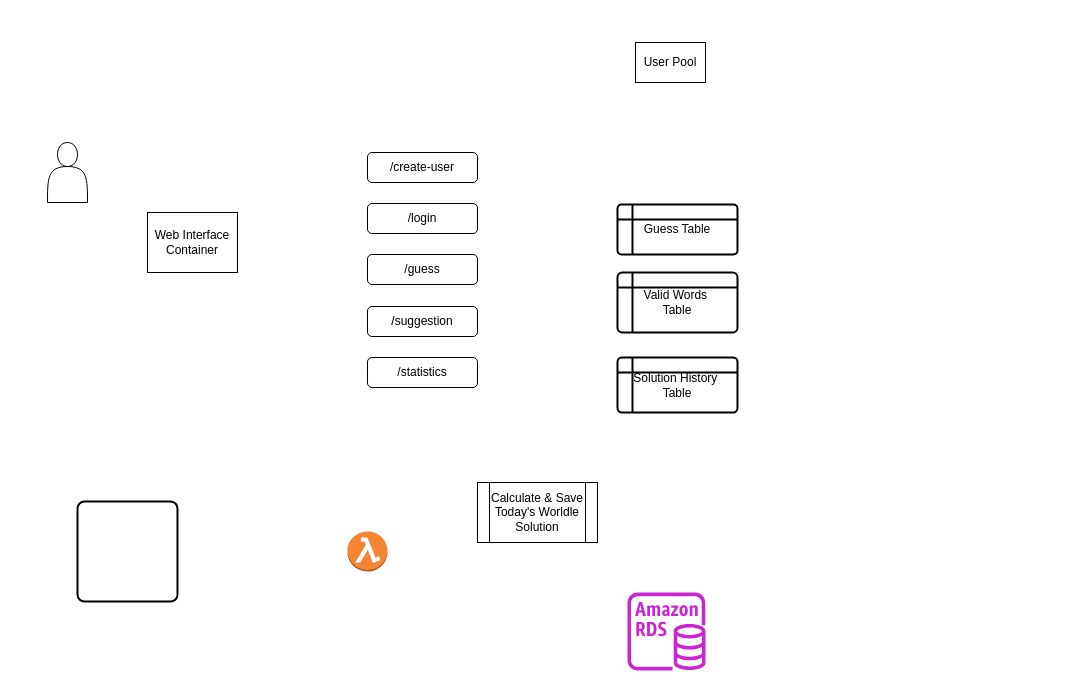
Before: page "Page-1" (2 of 2) of Untitled Diagram.drawio in BriceBuilder/worldle-assistant, a draw.io diagram. Source tidied: cells renumbered, new cells numbered last; positions are measured from the earlier drawing's top-left corner, leaving out a move shared by most shapes. Both pictures are drawn from the tidied source at 100%, with x=0, y=0 at pixel (47, 42). Pictures stored in the file or linked from it are replaced by grey dashed boxes.
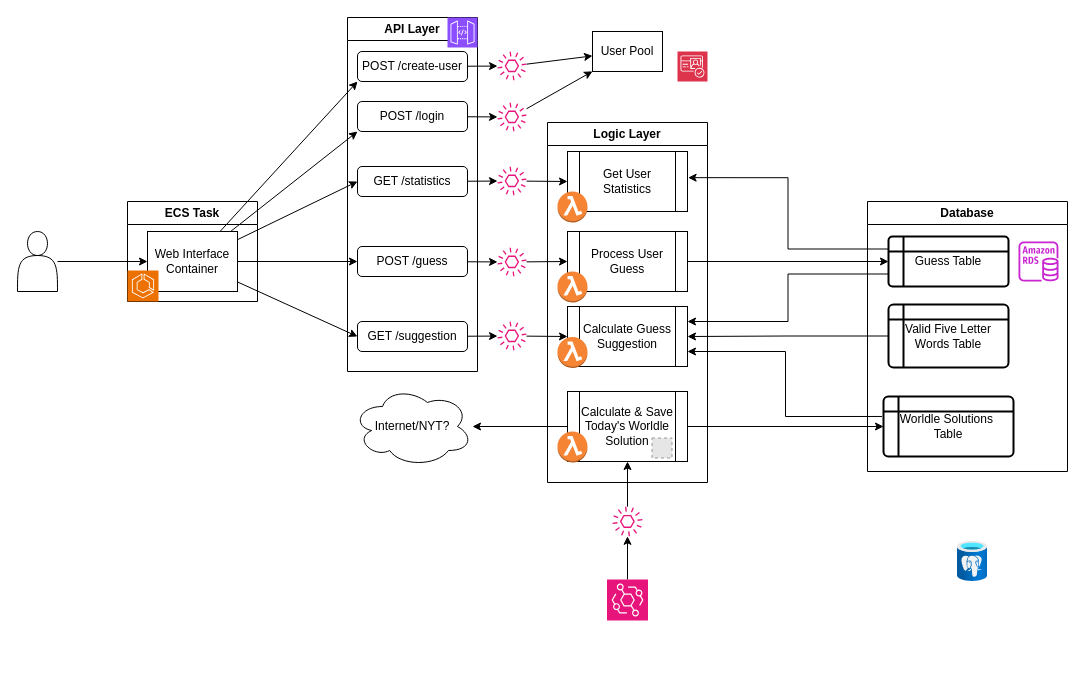
The same page after the edit.

The edit, as a diff of the source:
```diff
@@
+    <mxCell id="17" style="edgeStyle=none;rounded=0;jettySize=auto;html=1;" parent="1" edge="1" source="2" target="3">
+      <mxGeometry relative="1" as="geometry" />
+    </mxCell>
     <mxCell id="2" style="shape=actor;whiteSpace=wrap;html=1;" parent="1" vertex="1">
-      <mxGeometry y="100" width="40" height="60" as="geometry" />
+      <mxGeometry x="-30" y="189" width="40" height="60" as="geometry" />
     </mxCell>
     <mxCell id="3" value="Web Interface Container" style="rounded=0;whiteSpace=wrap;html=1;" parent="1" vertex="1">
-      <mxGeometry x="100" y="170" width="90" height="60" as="geometry" />
+      <mxGeometry x="100" y="189" width="90" height="60" as="geometry" />
     </mxCell>
+    <mxCell id="18" style="edgeStyle=orthogonalEdgeStyle;rounded=0;jettySize=auto;html=1;entryX=1;entryY=0.25;entryDx=0;entryDy=0;exitX=0;exitY=0.75;exitDx=0;exitDy=0;" parent="1" edge="1" source="4" target="29">
+      <mxGeometry relative="1" as="geometry" />
+    </mxCell>
     <mxCell id="4" value="Guess Table" style="shape=internalStorage;whiteSpace=wrap;html=1;dx=15;dy=15;rounded=1;arcSize=8;strokeWidth=2;" parent="1" vertex="1">
-      <mxGeometry x="570" y="162" width="120" height="50" as="geometry" />
+      <mxGeometry x="841" y="194" width="120" height="50" as="geometry" />
     </mxCell>
-    <mxCell id="5" style="rounded=1;whiteSpace=wrap;html=1;absoluteArcSize=1;arcSize=14;strokeWidth=2;" parent="1" vertex="1">
-      <mxGeometry x="30" y="459" width="100" height="100" as="geometry" />
-    </mxCell>
+    <mxCell id="19" style="edgeStyle=none;rounded=0;jettySize=auto;html=1;" parent="1" edge="1" source="6" target="52">
+      <mxGeometry relative="1" as="geometry" />
+    </mxCell>
-    <mxCell id="6" value="/create-user" style="rounded=1;whiteSpace=wrap;html=1;" parent="1" vertex="1">
-      <mxGeometry x="320" y="110" width="110" height="30" as="geometry" />
+    <mxCell id="6" value="POST /create-user" style="rounded=1;whiteSpace=wrap;html=1;" parent="1" vertex="1">
+      <mxGeometry x="310" y="9" width="110" height="30" as="geometry" />
     </mxCell>
+    <mxCell id="20" style="edgeStyle=none;rounded=0;jettySize=auto;html=1;" parent="1" edge="1" source="7" target="50">
+      <mxGeometry relative="1" as="geometry" />
+    </mxCell>
-    <mxCell id="7" value="/login" style="rounded=1;whiteSpace=wrap;html=1;" parent="1" vertex="1">
-      <mxGeometry x="320" y="161" width="110" height="30" as="geometry" />
+    <mxCell id="7" value="POST /login" style="rounded=1;whiteSpace=wrap;html=1;" parent="1" vertex="1">
+      <mxGeometry x="310" y="59" width="110" height="30" as="geometry" />
     </mxCell>
+    <mxCell id="21" style="edgeStyle=none;rounded=0;jettySize=auto;html=1;" parent="1" edge="1" source="8" target="35">
+      <mxGeometry relative="1" as="geometry" />
+    </mxCell>
-    <mxCell id="8" value="/guess" style="rounded=1;whiteSpace=wrap;html=1;" parent="1" vertex="1">
-      <mxGeometry x="320" y="212" width="110" height="30" as="geometry" />
+    <mxCell id="8" value="POST /guess" style="rounded=1;whiteSpace=wrap;html=1;" parent="1" vertex="1">
+      <mxGeometry x="310" y="204" width="110" height="30" as="geometry" />
     </mxCell>
+    <mxCell id="22" style="edgeStyle=none;rounded=0;jettySize=auto;html=1;" parent="1" edge="1" source="9" target="46">
+      <mxGeometry relative="1" as="geometry" />
+    </mxCell>
-    <mxCell id="9" value="/suggestion" style="rounded=1;whiteSpace=wrap;html=1;" parent="1" vertex="1">
-      <mxGeometry x="320" y="264" width="110" height="30" as="geometry" />
+    <mxCell id="9" value="GET /suggestion" style="rounded=1;whiteSpace=wrap;html=1;" parent="1" vertex="1">
+      <mxGeometry x="310" y="279" width="110" height="30" as="geometry" />
     </mxCell>
+    <mxCell id="23" style="edgeStyle=none;rounded=0;jettySize=auto;html=1;" parent="1" edge="1" source="10" target="48">
+      <mxGeometry relative="1" as="geometry" />
+    </mxCell>
-    <mxCell id="10" value="/statistics" style="rounded=1;whiteSpace=wrap;html=1;" parent="1" vertex="1">
-      <mxGeometry x="320" y="315" width="110" height="30" as="geometry" />
+    <mxCell id="10" value="GET /statistics" style="rounded=1;whiteSpace=wrap;html=1;" parent="1" vertex="1">
+      <mxGeometry x="310" y="124" width="110" height="30" as="geometry" />
     </mxCell>
+    <mxCell id="24" style="edgeStyle=orthogonalEdgeStyle;rounded=0;jettySize=auto;html=1;entryX=1;entryY=0.5;entryDx=0;entryDy=0;" parent="1" edge="1" source="11" target="29">
+      <mxGeometry relative="1" as="geometry" />
+    </mxCell>
+    <mxCell id="12" value="User Pool" style="rounded=0;whiteSpace=wrap;html=1;" parent="1" vertex="1">
+      <mxGeometry x="545" y="-11" width="70" height="40" as="geometry" />
+    </mxCell>
+    <mxCell id="25" style="edgeStyle=orthogonalEdgeStyle;rounded=0;jettySize=auto;html=1;entryX=1;entryY=0.75;entryDx=0;entryDy=0;exitX=-0.012;exitY=0.333;exitDx=0;exitDy=0;exitPerimeter=0;" parent="1" edge="1" source="13" target="29">
+      <mxGeometry relative="1" as="geometry" />
+    </mxCell>
+    <mxCell id="26" style="edgeStyle=orthogonalEdgeStyle;rounded=0;jettySize=auto;html=1;entryX=0;entryY=0.5;entryDx=0;entryDy=0;" parent="1" edge="1" source="16" target="13">
+      <mxGeometry relative="1" as="geometry" />
+    </mxCell>
+    <mxCell id="27" style="edgeStyle=orthogonalEdgeStyle;rounded=0;jettySize=auto;html=1;" parent="1" edge="1" source="16" target="33">
+      <mxGeometry relative="1" as="geometry" />
+    </mxCell>
+    <mxCell id="16" value="Calculate &amp;amp; Save Today's Worldle Solution" style="shape=process;whiteSpace=wrap;html=1;backgroundOutline=1;" parent="1" vertex="1">
+      <mxGeometry x="520" y="349" width="120" height="70" as="geometry" />
+    </mxCell>
+    <mxCell id="28" value="Get User Statistics" style="shape=process;whiteSpace=wrap;html=1;backgroundOutline=1;" parent="1" vertex="1">
+      <mxGeometry x="520" y="109" width="120" height="60" as="geometry" />
+    </mxCell>
+    <mxCell id="29" value="Calculate Guess Suggestion" style="shape=process;whiteSpace=wrap;html=1;backgroundOutline=1;" parent="1" vertex="1">
+      <mxGeometry x="520" y="264" width="120" height="60" as="geometry" />
+    </mxCell>
+    <mxCell id="30" style="edgeStyle=orthogonalEdgeStyle;rounded=0;jettySize=auto;html=1;entryX=0;entryY=0.5;entryDx=0;entryDy=0;" parent="1" edge="1" source="31" target="4">
+      <mxGeometry relative="1" as="geometry" />
+    </mxCell>
+    <mxCell id="31" value="Process User Guess" style="shape=process;whiteSpace=wrap;html=1;backgroundOutline=1;" parent="1" vertex="1">
+      <mxGeometry x="520" y="189" width="120" height="60" as="geometry" />
+    </mxCell>
+    <mxCell id="32" style="fillColor=#E6E6E6;strokeColor=#999999;dashed=1;html=1;verticalAlign=top;verticalLabelPosition=bottom;labelBackgroundColor=#ffffff;" parent="1" vertex="1">
+      <mxGeometry x="604.5" y="395.5" width="20" height="20" as="geometry" />
+    </mxCell>
+    <mxCell id="33" value="Internet/NYT?" style="ellipse;shape=cloud;whiteSpace=wrap;html=1;" parent="1" vertex="1">
+      <mxGeometry x="305" y="344" width="120" height="80" as="geometry" />
+    </mxCell>
+    <mxCell id="34" style="edgeStyle=none;rounded=0;jettySize=auto;html=1;entryX=0;entryY=0.5;entryDx=0;entryDy=0;" parent="1" edge="1" source="35" target="31">
+      <mxGeometry relative="1" as="geometry" />
+    </mxCell>
+    <mxCell id="35" style="sketch=0;outlineConnect=0;fontColor=#232F3E;gradientColor=none;fillColor=#E7157B;strokeColor=none;dashed=0;verticalLabelPosition=bottom;verticalAlign=top;align=center;html=1;fontSize=12;fontStyle=0;shape=mxgraph.aws4.event;" parent="1" vertex="1">
+      <mxGeometry x="450" y="205" width="29" height="29" as="geometry" />
+    </mxCell>
+    <mxCell id="36" style="edgeStyle=orthogonalEdgeStyle;rounded=0;jettySize=auto;html=1;entryX=1.005;entryY=0.436;entryDx=0;entryDy=0;entryPerimeter=0;exitX=0;exitY=0.25;exitDx=0;exitDy=0;" parent="1" edge="1" source="4" target="28">
+      <mxGeometry relative="1" as="geometry" />
+    </mxCell>
+    <mxCell id="14" style="dashed=0;verticalLabelPosition=bottom;verticalAlign=top;align=center;html=1;shape=mxgraph.aws3.lambda_function;fillColor=#F58534;gradientColor=none;" parent="1" vertex="1">
+      <mxGeometry x="510" y="389" width="30" height="31" as="geometry" />
+    </mxCell>
+    <mxCell id="37" style="dashed=0;verticalLabelPosition=bottom;verticalAlign=top;align=center;html=1;shape=mxgraph.aws3.lambda_function;fillColor=#F58534;gradientColor=none;" parent="1" vertex="1">
+      <mxGeometry x="510" y="294.5" width="30" height="31" as="geometry" />
+    </mxCell>
+    <mxCell id="38" style="dashed=0;verticalLabelPosition=bottom;verticalAlign=top;align=center;html=1;shape=mxgraph.aws3.lambda_function;fillColor=#F58534;gradientColor=none;" parent="1" vertex="1">
+      <mxGeometry x="510" y="229" width="30" height="31" as="geometry" />
+    </mxCell>
+    <mxCell id="39" style="dashed=0;verticalLabelPosition=bottom;verticalAlign=top;align=center;html=1;shape=mxgraph.aws3.lambda_function;fillColor=#F58534;gradientColor=none;" parent="1" vertex="1">
+      <mxGeometry x="510" y="149" width="30" height="31" as="geometry" />
+    </mxCell>
+    <mxCell id="40" style="sketch=0;fontColor=#232F3E;fillColor=#DD344C;strokeColor=#ffffff;dashed=0;verticalLabelPosition=bottom;verticalAlign=top;align=center;html=1;fontSize=12;fontStyle=0;shape=mxgraph.aws4.resourceIcon;resIcon=mxgraph.aws4.cognito;" parent="1" vertex="1">
+      <mxGeometry x="630" y="9" width="30" height="30" as="geometry" />
+    </mxCell>
+    <mxCell id="41" style="edgeStyle=orthogonalEdgeStyle;rounded=0;jettySize=auto;html=1;" parent="1" edge="1" source="42" target="44">
+      <mxGeometry relative="1" as="geometry" />
+    </mxCell>
+    <mxCell id="42" style="sketch=0;points=[[0,0,0],[0.25,0,0],[0.5,0,0],[0.75,0,0],[1,0,0],[0,1,0],[0.25,1,0],[0.5,1,0],[0.75,1,0],[1,1,0],[0,0.25,0],[0,0.5,0],[0,0.75,0],[1,0.25,0],[1,0.5,0],[1,0.75,0]];outlineConnect=0;fontColor=#232F3E;fillColor=#E7157B;strokeColor=#ffffff;dashed=0;verticalLabelPosition=bottom;verticalAlign=top;align=center;html=1;fontSize=12;fontStyle=0;shape=mxgraph.aws4.resourceIcon;resIcon=mxgraph.aws4.eventbridge;" parent="1" vertex="1">
+      <mxGeometry x="559.5" y="537" width="41" height="41" as="geometry" />
+    </mxCell>
+    <mxCell id="43" style="edgeStyle=orthogonalEdgeStyle;rounded=0;jettySize=auto;html=1;entryX=0.5;entryY=1;entryDx=0;entryDy=0;" parent="1" edge="1" source="44" target="16">
+      <mxGeometry relative="1" as="geometry" />
+    </mxCell>
+    <mxCell id="44" style="sketch=0;outlineConnect=0;fontColor=#232F3E;gradientColor=none;fillColor=#E7157B;strokeColor=none;dashed=0;verticalLabelPosition=bottom;verticalAlign=top;align=center;html=1;fontSize=12;fontStyle=0;shape=mxgraph.aws4.event;" parent="1" vertex="1">
+      <mxGeometry x="565" y="464" width="30" height="30" as="geometry" />
+    </mxCell>
+    <mxCell id="45" style="edgeStyle=none;rounded=0;jettySize=auto;html=1;entryX=0;entryY=0.5;entryDx=0;entryDy=0;" parent="1" edge="1" source="46" target="29">
+      <mxGeometry relative="1" as="geometry" />
+    </mxCell>
+    <mxCell id="46" style="sketch=0;outlineConnect=0;fontColor=#232F3E;gradientColor=none;fillColor=#E7157B;strokeColor=none;dashed=0;verticalLabelPosition=bottom;verticalAlign=top;align=center;html=1;fontSize=12;fontStyle=0;shape=mxgraph.aws4.event;" parent="1" vertex="1">
+      <mxGeometry x="450" y="279" width="29" height="29" as="geometry" />
+    </mxCell>
+    <mxCell id="47" style="edgeStyle=none;rounded=0;jettySize=auto;html=1;entryX=0;entryY=0.5;entryDx=0;entryDy=0;" parent="1" edge="1" source="48" target="28">
+      <mxGeometry relative="1" as="geometry" />
+    </mxCell>
+    <mxCell id="48" style="sketch=0;outlineConnect=0;fontColor=#232F3E;gradientColor=none;fillColor=#E7157B;strokeColor=none;dashed=0;verticalLabelPosition=bottom;verticalAlign=top;align=center;html=1;fontSize=12;fontStyle=0;shape=mxgraph.aws4.event;" parent="1" vertex="1">
+      <mxGeometry x="450" y="124" width="29" height="29" as="geometry" />
+    </mxCell>
+    <mxCell id="49" style="edgeStyle=none;rounded=0;jettySize=auto;html=1;" parent="1" edge="1" source="50" target="12">
+      <mxGeometry relative="1" as="geometry" />
+    </mxCell>
+    <mxCell id="50" style="sketch=0;outlineConnect=0;fontColor=#232F3E;gradientColor=none;fillColor=#E7157B;strokeColor=none;dashed=0;verticalLabelPosition=bottom;verticalAlign=top;align=center;html=1;fontSize=12;fontStyle=0;shape=mxgraph.aws4.event;" parent="1" vertex="1">
+      <mxGeometry x="450" y="60" width="29" height="29" as="geometry" />
+    </mxCell>
+    <mxCell id="51" style="edgeStyle=none;rounded=0;jettySize=auto;html=1;" parent="1" edge="1" source="52" target="12">
+      <mxGeometry relative="1" as="geometry" />
+    </mxCell>
+    <mxCell id="52" style="sketch=0;outlineConnect=0;fontColor=#232F3E;gradientColor=none;fillColor=#E7157B;strokeColor=none;dashed=0;verticalLabelPosition=bottom;verticalAlign=top;align=center;html=1;fontSize=12;fontStyle=0;shape=mxgraph.aws4.event;" parent="1" vertex="1">
+      <mxGeometry x="450" y="9" width="29" height="29" as="geometry" />
+    </mxCell>
+    <mxCell id="53" style="image;html=1;align=center;fontSize=12;image=img/lib/azure2/databases/Azure_Database_PostgreSQL_Server.svg;" parent="1" vertex="1">
+      <mxGeometry x="910" y="499" width="30" height="40" as="geometry" />
+    </mxCell>
+    <mxCell id="54" value="API Layer" style="swimlane;whiteSpace=wrap;html=1;" parent="1" vertex="1">
+      <mxGeometry x="300" y="-25" width="130" height="354" as="geometry" />
+    </mxCell>
+    <mxCell id="55" style="sketch=0;fontColor=#232F3E;fillColor=#8C4FFF;strokeColor=#ffffff;dashed=0;verticalLabelPosition=bottom;verticalAlign=top;align=center;html=1;fontSize=12;fontStyle=0;shape=mxgraph.aws4.resourceIcon;resIcon=mxgraph.aws4.api_gateway;" parent="54" vertex="1">
+      <mxGeometry x="100" width="30" height="30" as="geometry" />
+    </mxCell>
+    <mxCell id="56" value="Database" style="swimlane;whiteSpace=wrap;html=1;" parent="1" vertex="1">
+      <mxGeometry x="820" y="159" width="200" height="270" as="geometry" />
+    </mxCell>
+    <mxCell id="15" style="sketch=0;fontColor=#232F3E;gradientColor=none;fillColor=#C925D1;strokeColor=none;dashed=0;verticalLabelPosition=bottom;verticalAlign=top;align=center;html=1;fontSize=12;fontStyle=0;shape=mxgraph.aws4.rds_instance;" parent="56" vertex="1">
+      <mxGeometry x="151" y="40" width="40" height="40" as="geometry" />
+    </mxCell>
-    <mxCell id="11" value="Valid Words&amp;nbsp;&lt;div&gt;Table&lt;/div&gt;" style="shape=internalStorage;whiteSpace=wrap;html=1;dx=15;dy=15;rounded=1;arcSize=8;strokeWidth=2;verticalAlign=middle;labelPosition=center;verticalLabelPosition=middle;align=center;" parent="1" vertex="1">
-      <mxGeometry x="570" y="230" width="120" height="60" as="geometry" />
+    <mxCell id="11" value="Valid Five Letter Words Table" style="shape=internalStorage;whiteSpace=wrap;html=1;dx=15;dy=15;rounded=1;arcSize=8;strokeWidth=2;verticalAlign=middle;labelPosition=center;verticalLabelPosition=middle;align=center;" parent="56" vertex="1">
+      <mxGeometry x="21" y="103" width="120" height="63" as="geometry" />
     </mxCell>
-    <mxCell id="12" value="User Pool" style="rounded=0;whiteSpace=wrap;html=1;" parent="1" vertex="1">
-      <mxGeometry x="588" width="70" height="40" as="geometry" />
-    </mxCell>
-    <mxCell id="13" value="Solution History&amp;nbsp;&lt;div&gt;Table&lt;/div&gt;" style="shape=internalStorage;whiteSpace=wrap;html=1;dx=15;dy=15;rounded=1;arcSize=8;strokeWidth=2;verticalAlign=middle;labelPosition=center;verticalLabelPosition=middle;align=center;" parent="1" vertex="1">
-      <mxGeometry x="570" y="315" width="120" height="55" as="geometry" />
+    <mxCell id="13" value="Worldle Solutions&amp;nbsp;&lt;div&gt;Table&lt;/div&gt;" style="shape=internalStorage;whiteSpace=wrap;html=1;dx=15;dy=15;rounded=1;arcSize=8;strokeWidth=2;verticalAlign=middle;labelPosition=center;verticalLabelPosition=middle;align=center;" parent="56" vertex="1">
+      <mxGeometry x="16" y="195" width="130" height="60" as="geometry" />
     </mxCell>
-    <mxCell id="14" style="dashed=0;verticalLabelPosition=bottom;verticalAlign=top;align=center;html=1;shape=mxgraph.aws3.lambda_function;fillColor=#F58534;gradientColor=none;" parent="1" vertex="1">
-      <mxGeometry x="300" y="489" width="40" height="40" as="geometry" />
-    </mxCell>
-    <mxCell id="15" style="sketch=0;fontColor=#232F3E;gradientColor=none;fillColor=#C925D1;strokeColor=none;dashed=0;verticalLabelPosition=bottom;verticalAlign=top;align=center;html=1;fontSize=12;fontStyle=0;shape=mxgraph.aws4.rds_instance;" parent="1" vertex="1">
-      <mxGeometry x="580" y="550" width="78" height="78" as="geometry" />
-    </mxCell>
-    <mxCell id="16" value="Calculate &amp;amp; Save Today's Worldle Solution" style="shape=process;whiteSpace=wrap;html=1;backgroundOutline=1;" parent="1" vertex="1">
-      <mxGeometry x="430" y="440" width="120" height="60" as="geometry" />
-    </mxCell>
+    <mxCell id="57" value="ECS Task" style="swimlane;whiteSpace=wrap;html=1;" parent="1" vertex="1">
+      <mxGeometry x="80" y="159" width="130" height="100" as="geometry" />
+    </mxCell>
+    <mxCell id="58" style="sketch=0;fontColor=#232F3E;fillColor=#ED7100;strokeColor=#ffffff;dashed=0;verticalLabelPosition=bottom;verticalAlign=top;align=center;html=1;fontSize=12;fontStyle=0;shape=mxgraph.aws4.resourceIcon;resIcon=mxgraph.aws4.ecs;" parent="57" vertex="1">
+      <mxGeometry y="69" width="31" height="31" as="geometry" />
+    </mxCell>
+    <mxCell id="59" style="edgeStyle=none;rounded=0;jettySize=auto;html=1;entryX=0;entryY=1;entryDx=0;entryDy=0;" parent="1" edge="1" source="3" target="7">
+      <mxGeometry relative="1" as="geometry" />
+    </mxCell>
+    <mxCell id="60" style="edgeStyle=none;rounded=0;jettySize=auto;html=1;entryX=0;entryY=1;entryDx=0;entryDy=0;" parent="1" edge="1" source="3" target="6">
+      <mxGeometry relative="1" as="geometry" />
+    </mxCell>
+    <mxCell id="61" style="edgeStyle=none;rounded=0;jettySize=auto;html=1;entryX=0;entryY=0.5;entryDx=0;entryDy=0;" parent="1" edge="1" source="3" target="10">
+      <mxGeometry relative="1" as="geometry" />
+    </mxCell>
+    <mxCell id="62" style="edgeStyle=none;rounded=0;jettySize=auto;html=1;entryX=0;entryY=0.5;entryDx=0;entryDy=0;" parent="1" edge="1" source="3" target="8">
+      <mxGeometry relative="1" as="geometry" />
+    </mxCell>
+    <mxCell id="63" style="edgeStyle=none;rounded=0;jettySize=auto;html=1;entryX=0;entryY=0.5;entryDx=0;entryDy=0;" parent="1" edge="1" source="3" target="9">
+      <mxGeometry relative="1" as="geometry" />
+    </mxCell>
+    <mxCell id="64" value="Logic Layer" style="swimlane;whiteSpace=wrap;html=1;" parent="1" vertex="1">
+      <mxGeometry x="500" y="80" width="160" height="360" as="geometry" />
+    </mxCell>
```
